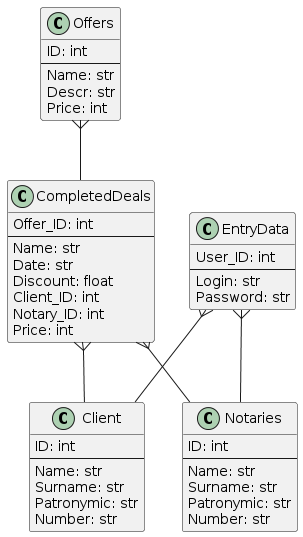
Student7751/CourseWork keeps this PlantUML diagram as Diagrams/images/ER/ER.png. Above is the earlier version. The source it was exported from:
```plantuml
@startuml
class Client{
    ID: int
    --
    Name: str
    Surname: str
    Patronymic: str
    Number: str
}

class Offers{
    ID: int
    --
    Name: str
    Descr: str
    Price: int
}

class Notaries{
    ID: int
    --
    Name: str
    Surname: str
    Patronymic: str
    Number: str
}

class CompletedDeals{
    Offer_ID: int
    --
    Name: str
    Date: str
    Discount: float
    Client_ID: int
    Notary_ID: int
    Price: int
}

class EntryData{
    User_ID: int
    --
    Login: str
    Password: str
}

EntryData }-- Client
EntryData }-- Notaries
Offers }-- CompletedDeals
CompletedDeals }-- Client
CompletedDeals }-- Notaries
@enduml
```
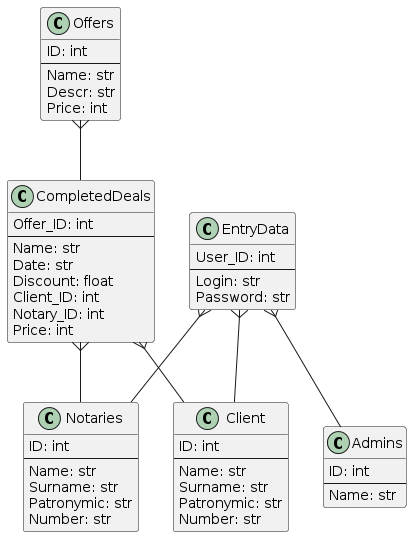
Later version of the same file.

Diff of the diagram source:
```diff
@@ -15,7 +15,11 @@
     Descr: str
     Price: int
 }
-
+class Admins{
+    ID: int
+    --
+    Name: str
+}
 class Notaries{
     ID: int
     --
@@ -45,6 +49,8 @@
 
 EntryData }-- Client
 EntryData }-- Notaries
+EntryData }-- Admins
+
 Offers }-- CompletedDeals
 CompletedDeals }-- Client
 CompletedDeals }-- Notaries
```
